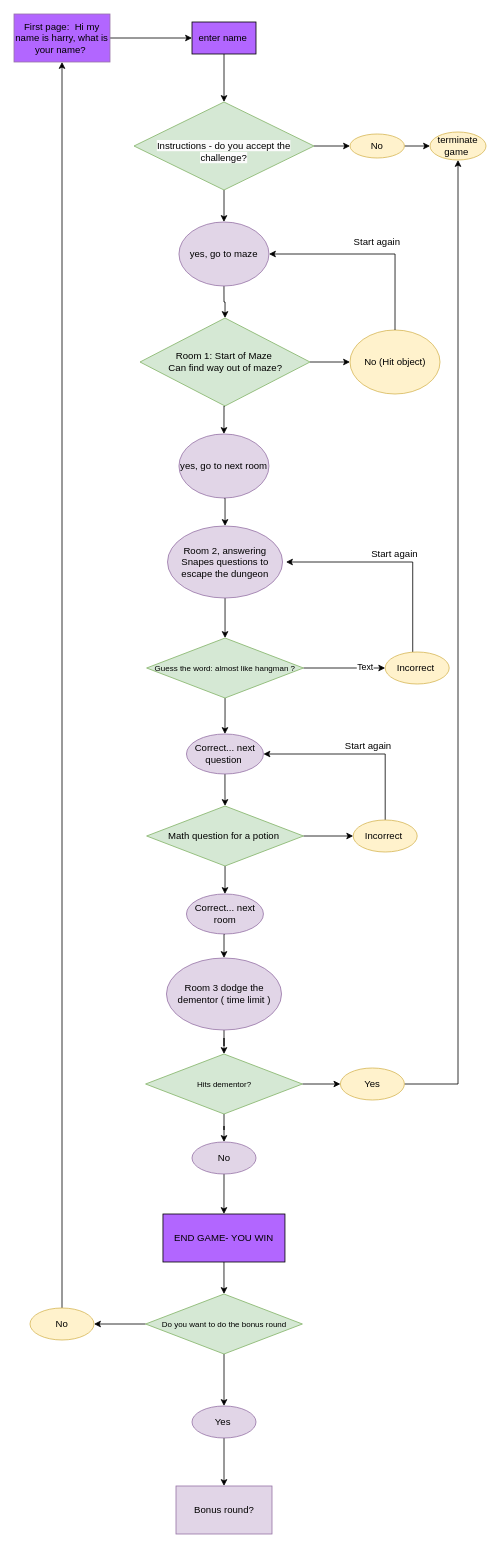
Earlier version of the draw.io diagram page "Page-1" (1 of 2) of HPflowchart.drawio (SchoolOfCode/escape-room-hackathon-50-shades-of-code). Source tidied: cells renumbered, new cells numbered last; positions are measured from the earlier drawing's top-left corner, leaving out a move shared by most shapes. Both pictures are drawn from the tidied source at 80%, with x=0, y=0 at pixel (14, 14).
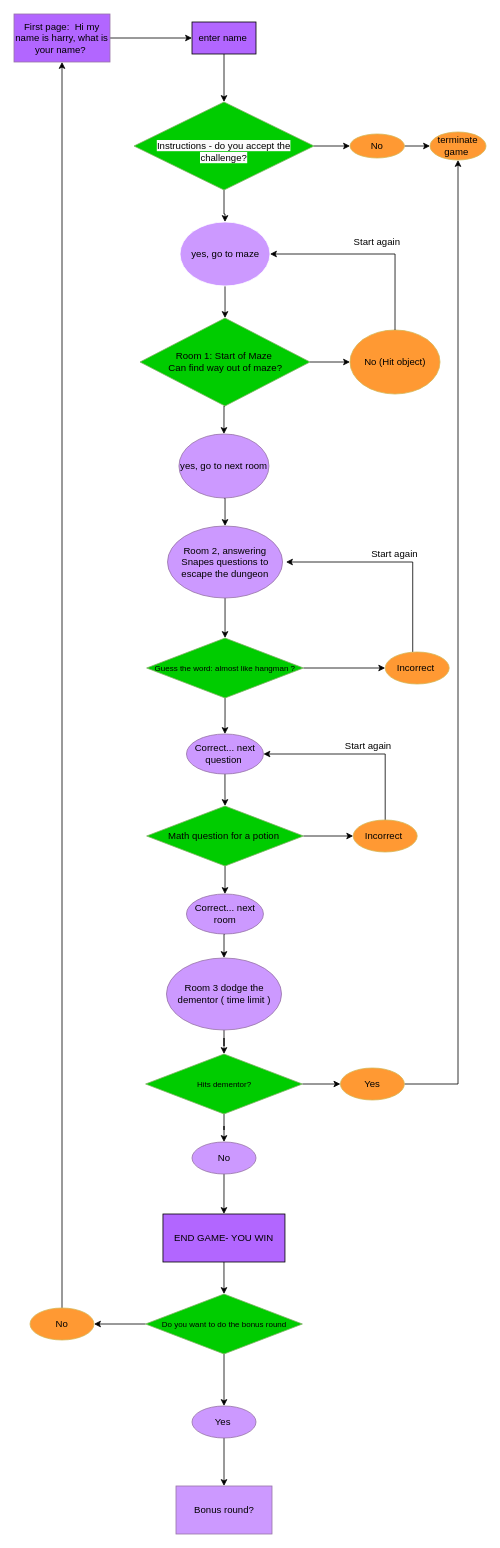
The same page after the edit.

The change refers to these unchanged cells:
```xml
<mxCell id="24" style="edgeStyle=orthogonalEdgeStyle;rounded=0;jettySize=auto;html=1;exitX=1;exitY=0.5;exitDx=0;exitDy=0;entryX=0;entryY=0.5;entryDx=0;entryDy=0;" parent="1" edge="1" source="27" target="31">
  <mxGeometry relative="1" as="geometry" />
</mxCell>
```

What changed in the source:
```diff
@@
-    <mxCell id="6" value="&lt;br&gt;&lt;font style=&quot;&quot;&gt;&lt;span style=&quot;color: rgb(0, 0, 0); font-family: Helvetica; font-style: normal; font-variant-ligatures: normal; font-variant-caps: normal; font-weight: 400; letter-spacing: normal; orphans: 2; text-align: center; text-indent: 0px; text-transform: none; widows: 2; word-spacing: 0px; -webkit-text-stroke-width: 0px; background-color: rgb(251, 251, 251); text-decoration-thickness: initial; text-decoration-style: initial; text-decoration-color: initial; float: none; display: inline !important;&quot;&gt;&lt;font style=&quot;font-size: 12px;&quot;&gt;Instructions - do you accept the challenge?&lt;/font&gt;&lt;/span&gt;&lt;br&gt;&lt;/font&gt;" style="rhombus;whiteSpace=wrap;html=1;fillColor=#d5e8d4;strokeColor=#82b366;" parent="1" vertex="1">
+    <mxCell id="6" value="&lt;br&gt;&lt;font style=&quot;&quot;&gt;&lt;span style=&quot;color: rgb(0, 0, 0); font-family: Helvetica; font-style: normal; font-variant-ligatures: normal; font-variant-caps: normal; font-weight: 400; letter-spacing: normal; orphans: 2; text-align: center; text-indent: 0px; text-transform: none; widows: 2; word-spacing: 0px; -webkit-text-stroke-width: 0px; background-color: rgb(251, 251, 251); text-decoration-thickness: initial; text-decoration-style: initial; text-decoration-color: initial; float: none; display: inline !important;&quot;&gt;&lt;font style=&quot;font-size: 12px;&quot;&gt;Instructions - do you accept the challenge?&lt;/font&gt;&lt;/span&gt;&lt;br&gt;&lt;/font&gt;" style="rhombus;whiteSpace=wrap;html=1;fillColor=#00CC00;strokeColor=#82b366;" parent="1" vertex="1">
       <mxGeometry x="150" y="110" width="225" height="110" as="geometry" />
     </mxCell>
@@
-    <mxCell id="10" value="yes, go to maze" style="ellipse;whiteSpace=wrap;html=1;fontStyle=0;fillColor=#e1d5e7;strokeColor=#9673a6;" parent="1" vertex="1">
-      <mxGeometry x="206.2" y="260" width="112.5" height="80" as="geometry" />
+    <mxCell id="10" value="yes, go to maze" style="ellipse;whiteSpace=wrap;html=1;fontStyle=0;fillColor=#CC99FF;strokeColor=#FFFFFF;" parent="1" vertex="1">
+      <mxGeometry x="207.5" y="260" width="112.5" height="80" as="geometry" />
     </mxCell>
@@
-    <mxCell id="12" value="No" style="ellipse;whiteSpace=wrap;html=1;fillColor=#fff2cc;strokeColor=#d6b656;" parent="1" vertex="1">
+    <mxCell id="12" value="No" style="ellipse;whiteSpace=wrap;html=1;fillColor=#FF9933;strokeColor=#d6b656;" parent="1" vertex="1">
       <mxGeometry x="420" y="150" width="68" height="30" as="geometry" />
     </mxCell>
-    <mxCell id="13" value="terminate game&amp;nbsp;" style="ellipse;whiteSpace=wrap;html=1;fillColor=#fff2cc;strokeColor=#d6b656;" parent="1" vertex="1">
+    <mxCell id="13" value="terminate game&amp;nbsp;" style="ellipse;whiteSpace=wrap;html=1;fillColor=#FF9933;strokeColor=#d6b656;" parent="1" vertex="1">
       <mxGeometry x="520" y="147.5" width="70" height="35" as="geometry" />
     </mxCell>
@@
-    <mxCell id="16" value="Room 1: Start of Maze&amp;nbsp;&lt;br&gt;Can find way out of maze?" style="rhombus;whiteSpace=wrap;html=1;fillColor=#d5e8d4;strokeColor=#82b366;" parent="1" vertex="1">
+    <mxCell id="16" value="Room 1: Start of Maze&amp;nbsp;&lt;br&gt;Can find way out of maze?" style="rhombus;whiteSpace=wrap;html=1;fillColor=#00CC00;strokeColor=#82b366;" parent="1" vertex="1">
       <mxGeometry x="157.5" y="380" width="212.5" height="110" as="geometry" />
     </mxCell>
@@
-    <mxCell id="18" value="yes, go to next room" style="ellipse;whiteSpace=wrap;html=1;fillColor=#e1d5e7;strokeColor=#9673a6;" parent="1" vertex="1">
+    <mxCell id="18" value="yes, go to next room" style="ellipse;whiteSpace=wrap;html=1;fillColor=#CC99FF;strokeColor=#9673a6;" parent="1" vertex="1">
       <mxGeometry x="206.2" y="525" width="112.5" height="80" as="geometry" />
     </mxCell>
-    <mxCell id="19" value="No (Hit object)" style="ellipse;whiteSpace=wrap;html=1;fillColor=#fff2cc;strokeColor=#d6b656;" parent="1" vertex="1">
+    <mxCell id="19" value="No (Hit object)" style="ellipse;whiteSpace=wrap;html=1;fillColor=#FF9933;strokeColor=#d6b656;" parent="1" vertex="1">
       <mxGeometry x="420" y="395" width="112.5" height="80" as="geometry" />
     </mxCell>
@@
-    <mxCell id="23" value="Room 2, answering Snapes questions to escape the dungeon" style="ellipse;whiteSpace=wrap;html=1;fillColor=#e1d5e7;strokeColor=#9673a6;" parent="1" vertex="1">
+    <mxCell id="23" value="Room 2, answering Snapes questions to escape the dungeon" style="ellipse;whiteSpace=wrap;html=1;fillColor=#CC99FF;strokeColor=#9673a6;" parent="1" vertex="1">
       <mxGeometry x="191.9" y="640" width="143.8" height="90" as="geometry" />
     </mxCell>
@@
-    <mxCell id="25" value="Text" style="edgeLabel;html=1;align=center;verticalAlign=middle;" parent="24" vertex="1">
-      <mxGeometry x="0.53" y="3" relative="1" as="geometry">
-        <mxPoint x="-1" y="1" as="offset" />
-      </mxGeometry>
-    </mxCell>
@@
-    <mxCell id="27" value="&lt;font style=&quot;font-size: 10px;&quot;&gt;Guess the word: almost like hangman ?&lt;/font&gt;" style="rhombus;whiteSpace=wrap;html=1;fillColor=#d5e8d4;strokeColor=#82b366;" parent="1" vertex="1">
+    <mxCell id="27" value="&lt;font style=&quot;font-size: 10px;&quot;&gt;Guess the word: almost like hangman ?&lt;/font&gt;" style="rhombus;whiteSpace=wrap;html=1;fillColor=#00CC00;strokeColor=#82b366;" parent="1" vertex="1">
       <mxGeometry x="165.8" y="780" width="196" height="75" as="geometry" />
     </mxCell>
@@
-    <mxCell id="29" value="Correct... next question&amp;nbsp;" style="ellipse;whiteSpace=wrap;html=1;fillColor=#e1d5e7;strokeColor=#9673a6;" parent="1" vertex="1">
+    <mxCell id="29" value="Correct... next question&amp;nbsp;" style="ellipse;whiteSpace=wrap;html=1;fillColor=#CC99FF;strokeColor=#9673a6;" parent="1" vertex="1">
       <mxGeometry x="215.6" y="900" width="96.2" height="50" as="geometry" />
     </mxCell>
@@
-    <mxCell id="31" value="Incorrect&amp;nbsp;" style="ellipse;whiteSpace=wrap;html=1;fillColor=#fff2cc;strokeColor=#d6b656;" parent="1" vertex="1">
+    <mxCell id="31" value="Incorrect&amp;nbsp;" style="ellipse;whiteSpace=wrap;html=1;fillColor=#FF9933;strokeColor=#d6b656;" parent="1" vertex="1">
       <mxGeometry x="464" y="797.5" width="80" height="40" as="geometry" />
     </mxCell>
@@
-    <mxCell id="35" value="Math question for a potion&amp;nbsp;" style="rhombus;whiteSpace=wrap;html=1;fillColor=#d5e8d4;strokeColor=#82b366;" parent="1" vertex="1">
+    <mxCell id="35" value="Math question for a potion&amp;nbsp;" style="rhombus;whiteSpace=wrap;html=1;fillColor=#00CC00;strokeColor=#82b366;" parent="1" vertex="1">
       <mxGeometry x="165.8" y="990" width="196" height="75" as="geometry" />
     </mxCell>
@@
-    <mxCell id="37" value="Incorrect&amp;nbsp;" style="ellipse;whiteSpace=wrap;html=1;fillColor=#fff2cc;strokeColor=#d6b656;" parent="1" vertex="1">
+    <mxCell id="37" value="Incorrect&amp;nbsp;" style="ellipse;whiteSpace=wrap;html=1;fillColor=#FF9933;strokeColor=#d6b656;" parent="1" vertex="1">
       <mxGeometry x="424" y="1007.5" width="80" height="40" as="geometry" />
     </mxCell>
@@
-    <mxCell id="40" value="Correct... next room" style="ellipse;whiteSpace=wrap;html=1;fillColor=#e1d5e7;strokeColor=#9673a6;" parent="1" vertex="1">
+    <mxCell id="40" value="Correct... next room" style="ellipse;whiteSpace=wrap;html=1;fillColor=#CC99FF;strokeColor=#9673a6;" parent="1" vertex="1">
       <mxGeometry x="215.6" y="1100" width="96.2" height="50" as="geometry" />
     </mxCell>
@@
-    <mxCell id="42" value="Room 3 dodge the dementor ( time limit )" style="ellipse;whiteSpace=wrap;html=1;fillColor=#e1d5e7;strokeColor=#9673a6;" parent="1" vertex="1">
+    <mxCell id="42" value="Room 3 dodge the dementor ( time limit )" style="ellipse;whiteSpace=wrap;html=1;fillColor=#CC99FF;strokeColor=#9673a6;" parent="1" vertex="1">
       <mxGeometry x="190.6" y="1180" width="143.8" height="90" as="geometry" />
     </mxCell>
@@
-    <mxCell id="45" value="&lt;font style=&quot;font-size: 10px;&quot;&gt;Hits dementor?&lt;/font&gt;" style="rhombus;whiteSpace=wrap;html=1;fillColor=#d5e8d4;strokeColor=#82b366;" parent="1" vertex="1">
+    <mxCell id="45" value="&lt;font style=&quot;font-size: 10px;&quot;&gt;Hits dementor?&lt;/font&gt;" style="rhombus;whiteSpace=wrap;html=1;fillColor=#00CC00;strokeColor=#82b366;" parent="1" vertex="1">
       <mxGeometry x="164.5" y="1300" width="196" height="75" as="geometry" />
     </mxCell>
@@
-    <mxCell id="47" value="No" style="ellipse;whiteSpace=wrap;html=1;fillColor=#e1d5e7;strokeColor=#9673a6;" parent="1" vertex="1">
+    <mxCell id="47" value="No" style="ellipse;whiteSpace=wrap;html=1;fillColor=#CC99FF;strokeColor=#9673a6;" parent="1" vertex="1">
       <mxGeometry x="222.5" y="1410" width="80" height="40" as="geometry" />
     </mxCell>
@@
-    <mxCell id="49" value="Yes" style="ellipse;whiteSpace=wrap;html=1;fillColor=#fff2cc;strokeColor=#d6b656;" parent="1" vertex="1">
+    <mxCell id="49" value="Yes" style="ellipse;whiteSpace=wrap;html=1;fillColor=#FF9933;strokeColor=#d6b656;" parent="1" vertex="1">
       <mxGeometry x="408" y="1317.5" width="80" height="40" as="geometry" />
     </mxCell>
@@
-    <mxCell id="54" value="&lt;span style=&quot;font-size: 10px;&quot;&gt;Do you want to do the bonus round&lt;/span&gt;" style="rhombus;whiteSpace=wrap;html=1;fillColor=#d5e8d4;strokeColor=#82b366;" parent="1" vertex="1">
+    <mxCell id="54" value="&lt;span style=&quot;font-size: 10px;&quot;&gt;Do you want to do the bonus round&lt;/span&gt;" style="rhombus;whiteSpace=wrap;html=1;fillColor=#00CC00;strokeColor=#82b366;" parent="1" vertex="1">
       <mxGeometry x="164.5" y="1600" width="196" height="75" as="geometry" />
     </mxCell>
@@
-    <mxCell id="56" value="No" style="ellipse;whiteSpace=wrap;html=1;fillColor=#fff2cc;strokeColor=#d6b656;" parent="1" vertex="1">
+    <mxCell id="56" value="No" style="ellipse;whiteSpace=wrap;html=1;fillColor=#FF9933;strokeColor=#d6b656;" parent="1" vertex="1">
       <mxGeometry x="20" y="1617.5" width="80" height="40" as="geometry" />
     </mxCell>
@@
-    <mxCell id="58" value="Yes&amp;nbsp;" style="ellipse;whiteSpace=wrap;html=1;fillColor=#e1d5e7;strokeColor=#9673a6;" parent="1" vertex="1">
+    <mxCell id="58" value="Yes&amp;nbsp;" style="ellipse;whiteSpace=wrap;html=1;fillColor=#CC99FF;strokeColor=#9673a6;" parent="1" vertex="1">
       <mxGeometry x="222.5" y="1740" width="80" height="40" as="geometry" />
     </mxCell>
-    <mxCell id="59" value="Bonus round?" style="rounded=0;whiteSpace=wrap;html=1;fillColor=#e1d5e7;strokeColor=#9673a6;" parent="1" vertex="1">
+    <mxCell id="59" value="Bonus round?" style="rounded=0;whiteSpace=wrap;html=1;fillColor=#CC99FF;strokeColor=#9673a6;" parent="1" vertex="1">
       <mxGeometry x="202.5" y="1840" width="120" height="60" as="geometry" />
     </mxCell>
```
